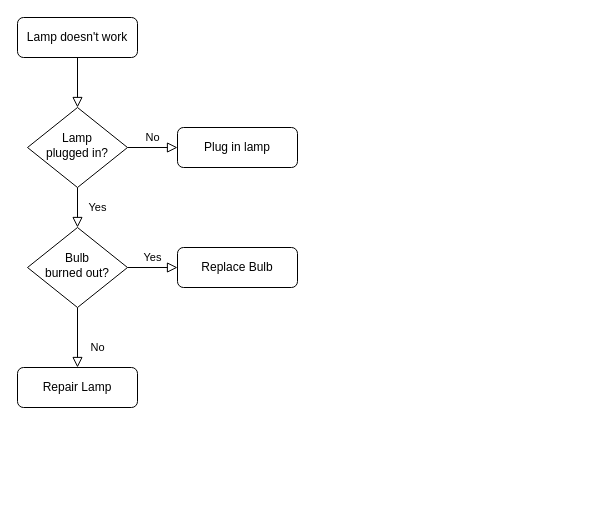
Earlier version of the draw.io diagram Untitled Diagram.drawio (Ishesensei/draw.io). Source tidied: cells renumbered, new cells numbered last; positions are measured from the earlier drawing's top-left corner, leaving out a move shared by most shapes. Both pictures are drawn from the tidied source at 100%, with x=0, y=0 at pixel (17, 17).
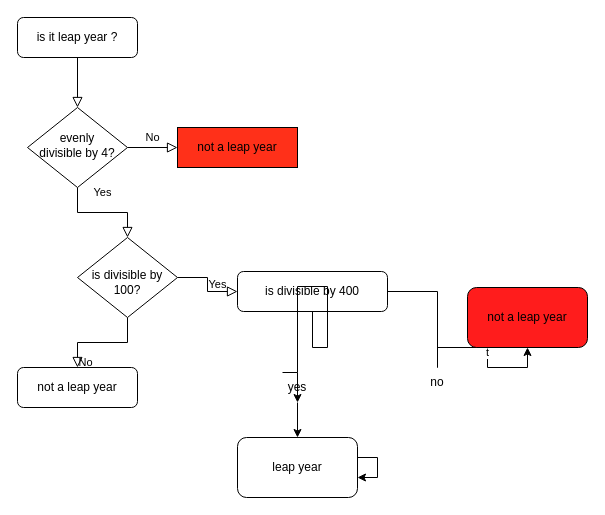
The same page after the edit.

The edit, as a diff of the source:
```diff
@@
-    <mxCell id="3" value="Lamp doesn't work" style="rounded=1;whiteSpace=wrap;html=1;fontSize=12;glass=0;strokeWidth=1;shadow=0;" parent="1" vertex="1">
+    <mxCell id="3" value="is it leap year ?" style="rounded=1;whiteSpace=wrap;html=1;fontSize=12;glass=0;strokeWidth=1;shadow=0;" parent="1" vertex="1">
       <mxGeometry width="120" height="40" as="geometry" />
     </mxCell>
@@
-    <mxCell id="6" value="Lamp&lt;br&gt;plugged in?" style="rhombus;whiteSpace=wrap;html=1;shadow=0;fontFamily=Helvetica;fontSize=12;align=center;strokeWidth=1;spacing=6;spacingTop=-4;" parent="1" vertex="1">
+    <mxCell id="6" value="evenly&lt;br&gt;divisible by 4?" style="rhombus;whiteSpace=wrap;html=1;shadow=0;fontFamily=Helvetica;fontSize=12;align=center;strokeWidth=1;spacing=6;spacingTop=-4;" parent="1" vertex="1">
       <mxGeometry x="10" y="90" width="100" height="80" as="geometry" />
     </mxCell>
-    <mxCell id="7" value="Plug in lamp" style="rounded=1;whiteSpace=wrap;html=1;fontSize=12;glass=0;strokeWidth=1;shadow=0;" parent="1" vertex="1">
+    <mxCell id="7" value="not a leap year" style="rounded=1;whiteSpace=wrap;html=1;fontSize=12;glass=0;strokeWidth=1;shadow=0;arcSize=0;fillColor=#FF3019;" parent="1" vertex="1">
       <mxGeometry x="160" y="110" width="120" height="40" as="geometry" />
     </mxCell>
@@
-    <mxCell id="10" value="Bulb&lt;br&gt;burned out?" style="rhombus;whiteSpace=wrap;html=1;shadow=0;fontFamily=Helvetica;fontSize=12;align=center;strokeWidth=1;spacing=6;spacingTop=-4;" parent="1" vertex="1">
-      <mxGeometry x="10" y="210" width="100" height="80" as="geometry" />
+    <mxCell id="10" value="&lt;br&gt;is divisible by 100?" style="rhombus;whiteSpace=wrap;html=1;shadow=0;fontFamily=Helvetica;fontSize=12;align=center;strokeWidth=1;spacing=6;spacingTop=-4;" parent="1" vertex="1">
+      <mxGeometry x="60" y="220" width="100" height="80" as="geometry" />
     </mxCell>
-    <mxCell id="11" value="Repair Lamp" style="rounded=1;whiteSpace=wrap;html=1;fontSize=12;glass=0;strokeWidth=1;shadow=0;" parent="1" vertex="1">
+    <mxCell id="11" value="not a leap year&lt;br&gt;" style="rounded=1;whiteSpace=wrap;html=1;fontSize=12;glass=0;strokeWidth=1;shadow=0;" parent="1" vertex="1">
       <mxGeometry y="350" width="120" height="40" as="geometry" />
     </mxCell>
+    <mxCell id="13" style="edgeStyle=orthogonalEdgeStyle;rounded=0;jettySize=auto;html=1;startArrow=none;" parent="1" edge="1" source="20" target="15">
+      <mxGeometry relative="1" as="geometry" />
+    </mxCell>
+    <mxCell id="14" value="t" style="edgeStyle=orthogonalEdgeStyle;rounded=0;jettySize=auto;html=1;startArrow=none;" parent="1" edge="1" source="18" target="16">
+      <mxGeometry relative="1" as="geometry" />
+    </mxCell>
-    <mxCell id="12" value="Replace Bulb" style="rounded=1;whiteSpace=wrap;html=1;fontSize=12;glass=0;strokeWidth=1;shadow=0;" parent="1" vertex="1">
-      <mxGeometry x="160" y="230" width="120" height="40" as="geometry" />
+    <mxCell id="12" value="is divisible by 400&lt;br&gt;" style="rounded=1;whiteSpace=wrap;html=1;fontSize=12;glass=0;strokeWidth=1;shadow=0;" parent="1" vertex="1">
+      <mxGeometry x="220" y="254" width="150" height="40" as="geometry" />
     </mxCell>
+    <mxCell id="15" value="leap year" style="whiteSpace=wrap;html=1;rounded=1;glass=0;strokeWidth=1;shadow=0;" parent="1" vertex="1">
+      <mxGeometry x="220" y="420" width="120" height="60" as="geometry" />
+    </mxCell>
+    <mxCell id="16" value="not a leap year" style="whiteSpace=wrap;html=1;rounded=1;glass=0;strokeWidth=1;shadow=0;fillColor=#FF1C1C;" parent="1" vertex="1">
+      <mxGeometry x="450" y="270" width="120" height="60" as="geometry" />
+    </mxCell>
+    <mxCell id="17" style="edgeStyle=orthogonalEdgeStyle;rounded=0;jettySize=auto;html=1;endArrow=none;" parent="1" edge="1" source="12" target="18">
+      <mxGeometry relative="1" as="geometry" />
+    </mxCell>
+    <mxCell id="18" value="no" style="text;html=1;strokeColor=none;fillColor=none;align=center;verticalAlign=middle;whiteSpace=wrap;rounded=0;" parent="1" vertex="1">
+      <mxGeometry x="390" y="350" width="60" height="30" as="geometry" />
+    </mxCell>
+    <mxCell id="19" style="edgeStyle=orthogonalEdgeStyle;rounded=0;jettySize=auto;html=1;endArrow=none;" parent="1" edge="1" source="12" target="20">
+      <mxGeometry relative="1" as="geometry">
+        <Array as="points">
+          <mxPoint x="295" y="330" />
+          <mxPoint x="310" y="330" />
+          <mxPoint x="310" y="269" />
+          <mxPoint x="280" y="269" />
+        </Array>
+      </mxGeometry>
+    </mxCell>
+    <mxCell id="20" value="yes" style="text;html=1;strokeColor=none;fillColor=none;align=center;verticalAlign=middle;whiteSpace=wrap;rounded=0;" parent="1" vertex="1">
+      <mxGeometry x="250" y="355" width="60" height="30" as="geometry" />
+    </mxCell>
+    <mxCell id="21" style="edgeStyle=orthogonalEdgeStyle;rounded=0;orthogonalLoop=1;jettySize=auto;html=1;exitX=0.25;exitY=0;exitDx=0;exitDy=0;entryX=0.5;entryY=1;entryDx=0;entryDy=0;" parent="1" edge="1" source="20" target="20">
+      <mxGeometry relative="1" as="geometry" />
+    </mxCell>
+    <mxCell id="22" style="edgeStyle=orthogonalEdgeStyle;rounded=0;orthogonalLoop=1;jettySize=auto;html=1;" parent="1" edge="1" source="15" target="15">
+      <mxGeometry relative="1" as="geometry" />
+    </mxCell>
```
